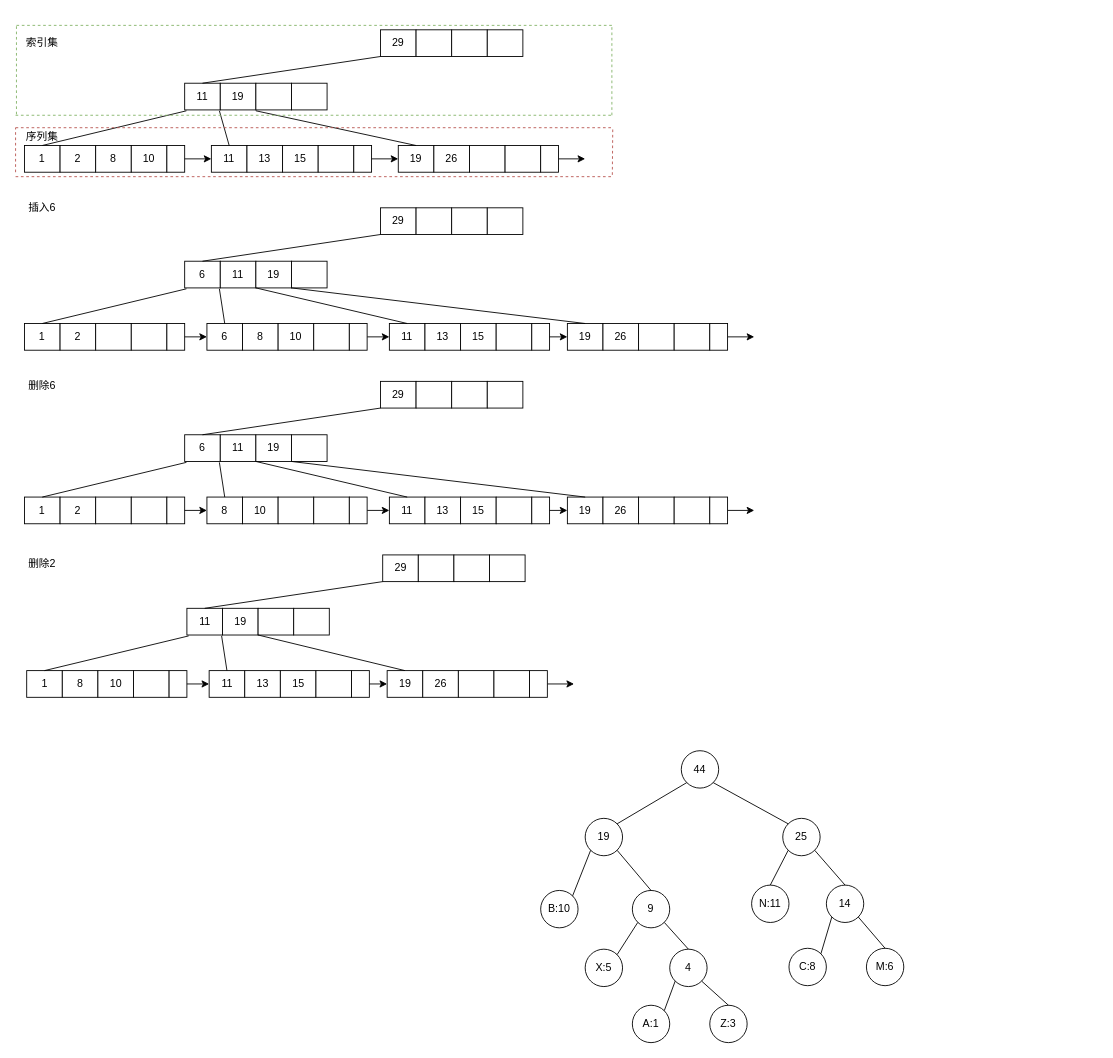
Above: 2020.drawio in swduan/88888888 (draw.io), before the change. Source tidied: cells renumbered, new cells numbered last; positions are measured from the earlier drawing's top-left corner, leaving out a move shared by most shapes. Both pictures are drawn from the tidied source at 89%, with x=0, y=0 at pixel (15, 25).
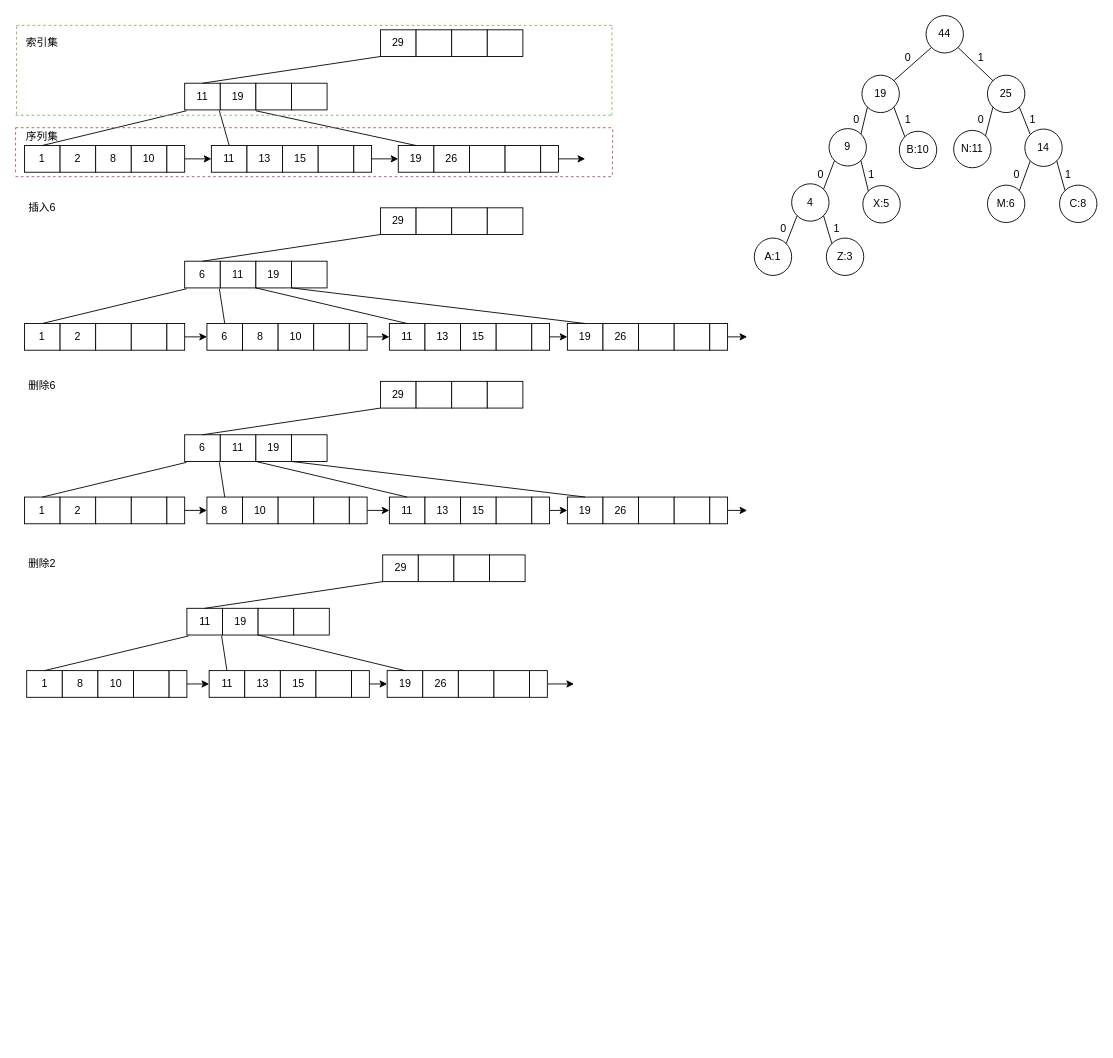
Above is the later version.

The change refers to these unchanged cells:
```xml
<mxCell id="61" style="rounded=0;whiteSpace=wrap;html=1;" parent="1" vertex="1">
  <mxGeometry x="780" y="335" width="20" height="30" as="geometry" />
</mxCell>
<mxCell id="109" style="rounded=0;whiteSpace=wrap;html=1;" parent="1" vertex="1">
  <mxGeometry x="780" y="530" width="20" height="30" as="geometry" />
</mxCell>
```

Diff of the diagram source:
```diff
@@
     <mxCell id="60" style="endArrow=classic;html=1;exitX=1;exitY=0.5;exitDx=0;exitDy=0;" parent="1" edge="1" source="61">
       <mxGeometry relative="1" as="geometry">
-        <mxPoint x="830" y="350" as="targetPoint" />
+        <mxPoint x="822" y="350" as="targetPoint" />
       </mxGeometry>
     </mxCell>
@@
-    <mxCell id="108" style="endArrow=classic;html=1;exitX=1;exitY=0.5;exitDx=0;exitDy=0;" parent="1" edge="1" source="109">
+    <mxCell id="108" style="endArrow=classic;html=1;exitX=1;exitY=0.5;exitDx=0;exitDy=0;" parent="1" edge="1">
       <mxGeometry relative="1" as="geometry">
-        <mxPoint x="830" y="545" as="targetPoint" />
+        <mxPoint x="792" y="545" as="sourcePoint" />
+        <mxPoint x="822" y="545" as="targetPoint" />
       </mxGeometry>
     </mxCell>
@@
     <mxCell id="149" value="A:1" style="ellipse;whiteSpace=wrap;html=1;" parent="1" vertex="1">
-      <mxGeometry x="693" y="1101" width="42" height="42" as="geometry" />
+      <mxGeometry x="830" y="239" width="42" height="42" as="geometry" />
     </mxCell>
     <mxCell id="150" value="C:8" style="ellipse;whiteSpace=wrap;html=1;" parent="1" vertex="1">
-      <mxGeometry x="869" y="1037" width="42" height="42" as="geometry" />
+      <mxGeometry x="1173" y="179.5" width="42" height="42" as="geometry" />
     </mxCell>
     <mxCell id="151" value="X:5" style="ellipse;whiteSpace=wrap;html=1;" parent="1" vertex="1">
-      <mxGeometry x="640" y="1038" width="42" height="42" as="geometry" />
+      <mxGeometry x="952" y="180" width="42" height="42" as="geometry" />
     </mxCell>
     <mxCell id="152" value="M:6" style="ellipse;whiteSpace=wrap;html=1;" parent="1" vertex="1">
-      <mxGeometry x="956" y="1037" width="42" height="42" as="geometry" />
+      <mxGeometry x="1092" y="179.5" width="42" height="42" as="geometry" />
     </mxCell>
     <mxCell id="153" value="N:11" style="ellipse;whiteSpace=wrap;html=1;" parent="1" vertex="1">
-      <mxGeometry x="827" y="966" width="42" height="42" as="geometry" />
+      <mxGeometry x="1054" y="118" width="42" height="42" as="geometry" />
     </mxCell>
     <mxCell id="154" value="Z:3" style="ellipse;whiteSpace=wrap;html=1;" parent="1" vertex="1">
-      <mxGeometry x="780" y="1101" width="42" height="42" as="geometry" />
+      <mxGeometry x="911" y="239" width="42" height="42" as="geometry" />
     </mxCell>
     <mxCell id="155" value="B:10" style="ellipse;whiteSpace=wrap;html=1;" parent="1" vertex="1">
-      <mxGeometry x="590" y="972" width="42" height="42" as="geometry" />
+      <mxGeometry x="993" y="119" width="42" height="42" as="geometry" />
     </mxCell>
     <mxCell id="156" value="4" style="ellipse;whiteSpace=wrap;html=1;" parent="1" vertex="1">
-      <mxGeometry x="735" y="1038" width="42" height="42" as="geometry" />
+      <mxGeometry x="872" y="178" width="42" height="42" as="geometry" />
     </mxCell>
     <mxCell id="157" value="9" style="ellipse;whiteSpace=wrap;html=1;" parent="1" vertex="1">
-      <mxGeometry x="693" y="972" width="42" height="42" as="geometry" />
+      <mxGeometry x="914" y="116" width="42" height="42" as="geometry" />
     </mxCell>
     <mxCell id="158" value="14" style="ellipse;whiteSpace=wrap;html=1;" parent="1" vertex="1">
-      <mxGeometry x="911" y="966" width="42" height="42" as="geometry" />
+      <mxGeometry x="1134" y="116.5" width="42" height="42" as="geometry" />
     </mxCell>
     <mxCell id="159" value="19" style="ellipse;whiteSpace=wrap;html=1;" parent="1" vertex="1">
-      <mxGeometry x="640" y="891" width="42" height="42" as="geometry" />
+      <mxGeometry x="951" y="56" width="42" height="42" as="geometry" />
     </mxCell>
     <mxCell id="160" value="25" style="ellipse;whiteSpace=wrap;html=1;" parent="1" vertex="1">
-      <mxGeometry x="862" y="891" width="42" height="42" as="geometry" />
+      <mxGeometry x="1092" y="56" width="42" height="42" as="geometry" />
     </mxCell>
     <mxCell id="161" value="44" style="ellipse;whiteSpace=wrap;html=1;" parent="1" vertex="1">
-      <mxGeometry x="748" y="815" width="42" height="42" as="geometry" />
+      <mxGeometry x="1023" y="-11" width="42" height="42" as="geometry" />
     </mxCell>
@@
-    <mxCell id="164" style="endArrow=none;html=1;entryX=0;entryY=1;entryDx=0;entryDy=0;exitX=1;exitY=0;exitDx=0;exitDy=0;" parent="1" edge="1" source="155" target="159">
+    <mxCell id="164" style="endArrow=none;html=1;entryX=1;entryY=1;entryDx=0;entryDy=0;exitX=0;exitY=0;exitDx=0;exitDy=0;" parent="1" edge="1" source="155" target="159">
       <mxGeometry relative="1" as="geometry" />
     </mxCell>
-    <mxCell id="165" style="endArrow=none;html=1;exitX=1;exitY=1;exitDx=0;exitDy=0;entryX=0.5;entryY=0;entryDx=0;entryDy=0;" parent="1" edge="1" source="159" target="157">
+    <mxCell id="165" style="endArrow=none;html=1;exitX=0;exitY=1;exitDx=0;exitDy=0;entryX=1;entryY=0;entryDx=0;entryDy=0;" parent="1" edge="1" source="159" target="157">
       <mxGeometry relative="1" as="geometry" />
     </mxCell>
-    <mxCell id="166" style="endArrow=none;html=1;entryX=0;entryY=1;entryDx=0;entryDy=0;exitX=1;exitY=0;exitDx=0;exitDy=0;" parent="1" edge="1" source="151" target="157">
+    <mxCell id="166" style="endArrow=none;html=1;entryX=1;entryY=1;entryDx=0;entryDy=0;exitX=0;exitY=0;exitDx=0;exitDy=0;" parent="1" edge="1" source="151" target="157">
       <mxGeometry relative="1" as="geometry" />
     </mxCell>
-    <mxCell id="167" style="endArrow=none;html=1;entryX=1;entryY=1;entryDx=0;entryDy=0;exitX=0.5;exitY=0;exitDx=0;exitDy=0;" parent="1" edge="1" source="156" target="157">
+    <mxCell id="167" style="endArrow=none;html=1;entryX=0;entryY=1;entryDx=0;entryDy=0;exitX=1;exitY=0;exitDx=0;exitDy=0;" parent="1" edge="1" source="156" target="157">
       <mxGeometry relative="1" as="geometry" />
     </mxCell>
@@
-    <mxCell id="169" style="endArrow=none;html=1;entryX=1;entryY=1;entryDx=0;entryDy=0;exitX=0.5;exitY=0;exitDx=0;exitDy=0;" parent="1" edge="1" source="154" target="156">
+    <mxCell id="169" style="endArrow=none;html=1;entryX=1;entryY=1;entryDx=0;entryDy=0;exitX=0;exitY=0;exitDx=0;exitDy=0;" parent="1" edge="1" source="154" target="156">
       <mxGeometry relative="1" as="geometry" />
     </mxCell>
-    <mxCell id="170" style="endArrow=none;html=1;entryX=0;entryY=1;entryDx=0;entryDy=0;exitX=1;exitY=0;exitDx=0;exitDy=0;" parent="1" edge="1" source="150" target="158">
+    <mxCell id="170" style="endArrow=none;html=1;entryX=1;entryY=1;entryDx=0;entryDy=0;exitX=0;exitY=0;exitDx=0;exitDy=0;" parent="1" edge="1" source="150" target="158">
       <mxGeometry relative="1" as="geometry" />
     </mxCell>
-    <mxCell id="171" style="endArrow=none;html=1;entryX=0;entryY=1;entryDx=0;entryDy=0;exitX=0.5;exitY=0;exitDx=0;exitDy=0;" parent="1" edge="1" source="153" target="160">
+    <mxCell id="171" style="endArrow=none;html=1;entryX=0;entryY=1;entryDx=0;entryDy=0;exitX=1;exitY=0;exitDx=0;exitDy=0;" parent="1" edge="1" source="153" target="160">
       <mxGeometry relative="1" as="geometry" />
     </mxCell>
-    <mxCell id="172" style="endArrow=none;html=1;entryX=1;entryY=1;entryDx=0;entryDy=0;exitX=0.5;exitY=0;exitDx=0;exitDy=0;" parent="1" edge="1" source="158" target="160">
+    <mxCell id="172" style="endArrow=none;html=1;entryX=1;entryY=1;entryDx=0;entryDy=0;exitX=0;exitY=0;exitDx=0;exitDy=0;" parent="1" edge="1" source="158" target="160">
       <mxGeometry relative="1" as="geometry" />
     </mxCell>
-    <mxCell id="173" style="endArrow=none;html=1;entryX=1;entryY=1;entryDx=0;entryDy=0;exitX=0.5;exitY=0;exitDx=0;exitDy=0;" parent="1" edge="1" source="152" target="158">
+    <mxCell id="173" style="endArrow=none;html=1;entryX=0;entryY=1;entryDx=0;entryDy=0;exitX=1;exitY=0;exitDx=0;exitDy=0;" parent="1" edge="1" source="152" target="158">
       <mxGeometry relative="1" as="geometry" />
     </mxCell>
+    <mxCell id="174" value="0" style="text;html=1;strokeColor=none;fillColor=none;align=center;verticalAlign=middle;whiteSpace=wrap;rounded=0;" parent="1" vertex="1">
+      <mxGeometry x="983" y="26" width="40" height="20" as="geometry" />
+    </mxCell>
+    <mxCell id="175" value="0" style="text;html=1;strokeColor=none;fillColor=none;align=center;verticalAlign=middle;whiteSpace=wrap;rounded=0;" parent="1" vertex="1">
+      <mxGeometry x="925" y="96" width="40" height="20" as="geometry" />
+    </mxCell>
+    <mxCell id="176" value="0" style="text;html=1;strokeColor=none;fillColor=none;align=center;verticalAlign=middle;whiteSpace=wrap;rounded=0;" parent="1" vertex="1">
+      <mxGeometry x="885" y="158" width="40" height="20" as="geometry" />
+    </mxCell>
+    <mxCell id="177" value="0" style="text;html=1;strokeColor=none;fillColor=none;align=center;verticalAlign=middle;whiteSpace=wrap;rounded=0;" parent="1" vertex="1">
+      <mxGeometry x="843" y="219" width="40" height="20" as="geometry" />
+    </mxCell>
+    <mxCell id="178" value="1" style="text;html=1;strokeColor=none;fillColor=none;align=center;verticalAlign=middle;whiteSpace=wrap;rounded=0;" parent="1" vertex="1">
+      <mxGeometry x="903" y="219" width="40" height="20" as="geometry" />
+    </mxCell>
+    <mxCell id="179" value="1" style="text;html=1;strokeColor=none;fillColor=none;align=center;verticalAlign=middle;whiteSpace=wrap;rounded=0;" parent="1" vertex="1">
+      <mxGeometry x="942" y="157.5" width="40" height="20" as="geometry" />
+    </mxCell>
+    <mxCell id="180" value="1" style="text;html=1;strokeColor=none;fillColor=none;align=center;verticalAlign=middle;whiteSpace=wrap;rounded=0;" parent="1" vertex="1">
+      <mxGeometry x="983" y="96" width="40" height="20" as="geometry" />
+    </mxCell>
+    <mxCell id="181" value="1" style="text;html=1;strokeColor=none;fillColor=none;align=center;verticalAlign=middle;whiteSpace=wrap;rounded=0;" parent="1" vertex="1">
+      <mxGeometry x="1065" y="26" width="40" height="20" as="geometry" />
+    </mxCell>
+    <mxCell id="182" value="1" style="text;html=1;strokeColor=none;fillColor=none;align=center;verticalAlign=middle;whiteSpace=wrap;rounded=0;" parent="1" vertex="1">
+      <mxGeometry x="1123" y="96" width="40" height="20" as="geometry" />
+    </mxCell>
+    <mxCell id="183" value="1" style="text;html=1;strokeColor=none;fillColor=none;align=center;verticalAlign=middle;whiteSpace=wrap;rounded=0;" parent="1" vertex="1">
+      <mxGeometry x="1163" y="158" width="40" height="20" as="geometry" />
+    </mxCell>
+    <mxCell id="184" value="0" style="text;html=1;strokeColor=none;fillColor=none;align=center;verticalAlign=middle;whiteSpace=wrap;rounded=0;" parent="1" vertex="1">
+      <mxGeometry x="1065" y="96" width="40" height="20" as="geometry" />
+    </mxCell>
+    <mxCell id="185" value="0" style="text;html=1;strokeColor=none;fillColor=none;align=center;verticalAlign=middle;whiteSpace=wrap;rounded=0;" parent="1" vertex="1">
+      <mxGeometry x="1105" y="157.5" width="40" height="20" as="geometry" />
+    </mxCell>
```
